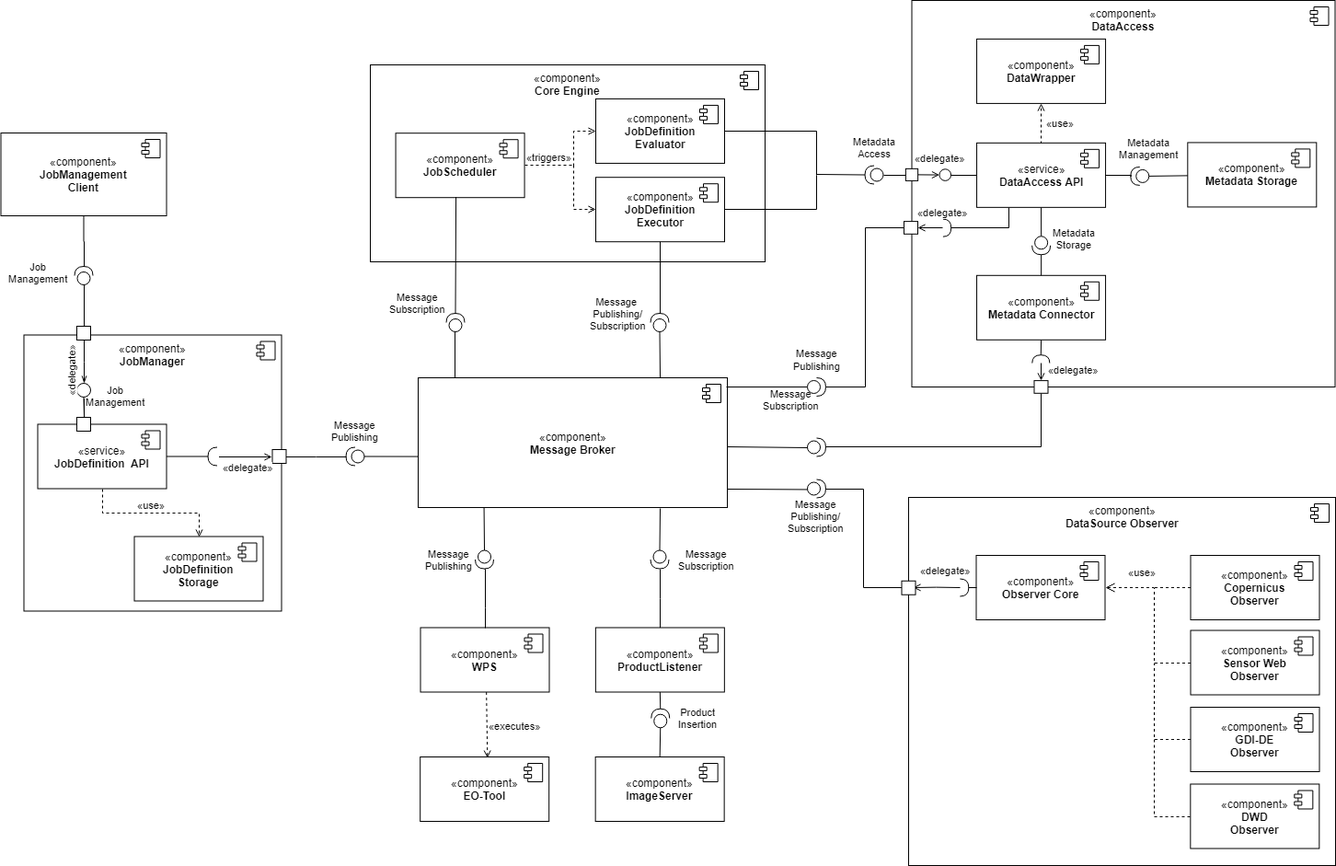
Above: components/wacodis_components.png in WaCoDiS/apis-and-workflows (draw.io), before the change. Source tidied: cells renumbered, new cells last; positions are measured from the earlier drawing's top-left corner, leaving out a move shared by most shapes.
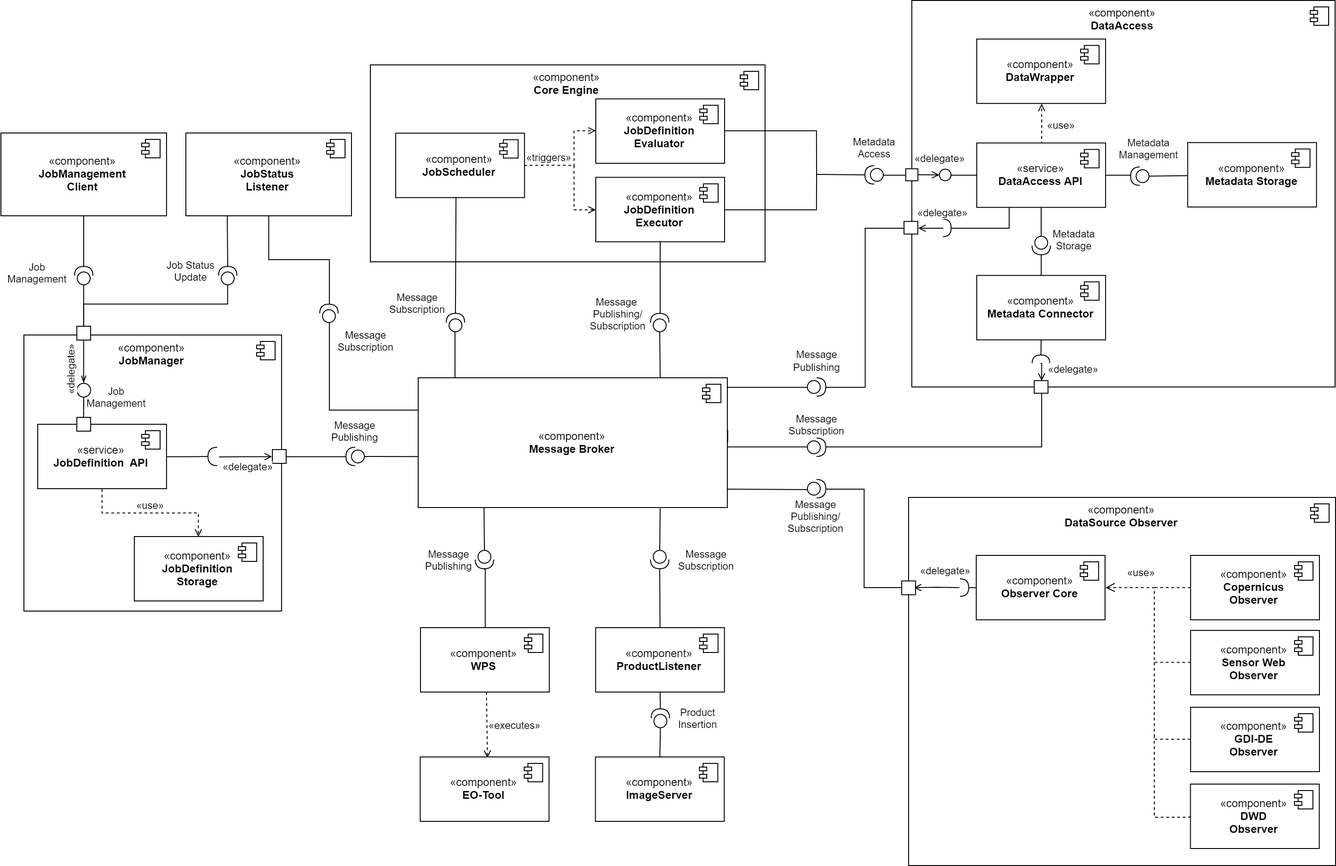
Later version of the same file.

Commit message:
Update component diagram

Diff of the diagram source:
```diff
@@ -84,13 +84,13 @@
       </mxGeometry>
     </mxCell>
     <mxCell id="19" value="Message&lt;br&gt;Subscription" style="edgeStyle=orthogonalEdgeStyle;rounded=0;html=1;endArrow=none;endFill=0;jettySize=auto;exitX=1;exitY=0.5;entryX=0;entryY=0.5;entryPerimeter=0;exitDx=0;exitDy=0;" parent="1" edge="1" source="22" target="25">
-      <mxGeometry x="0.98" y="27" relative="1" as="geometry">
+      <mxGeometry x="1" y="27" relative="1" as="geometry">
         <Array as="points">
           <mxPoint x="789" y="468" />
           <mxPoint x="788" y="468" />
           <mxPoint x="788" y="485" />
         </Array>
-        <mxPoint x="-17" y="-25" as="offset" />
+        <mxPoint x="10" y="2" as="offset" />
       </mxGeometry>
     </mxCell>
     <mxCell id="20" value="Message&lt;br&gt;Subscription" style="edgeStyle=orthogonalEdgeStyle;rounded=0;html=1;entryX=0;entryY=0.5;entryPerimeter=0;endArrow=none;endFill=0;jettySize=auto;orthogonalLoop=1;exitX=0.5;exitY=0;" parent="1" edge="1">
@@ -126,7 +126,7 @@
     </mxCell>
     <mxCell id="26" style="edgeStyle=orthogonalEdgeStyle;rounded=0;html=1;startArrow=none;startFill=0;endArrow=none;endFill=0;jettySize=auto;dashed=1;" parent="1" edge="1" source="27">
       <mxGeometry relative="1" as="geometry">
-        <mxPoint x="1253" y="720" as="targetPoint" />
+        <mxPoint x="1252.9" y="719.2" as="targetPoint" />
         <Array as="points">
           <mxPoint x="1252.5" y="802.5" />
           <mxPoint x="1252.5" y="719.5" />
@@ -143,7 +143,7 @@
     </mxCell>
     <mxCell id="29" style="edgeStyle=orthogonalEdgeStyle;rounded=0;html=1;startArrow=none;startFill=0;endArrow=none;endFill=0;jettySize=auto;dashed=1;" parent="1" edge="1" source="30">
       <mxGeometry relative="1" as="geometry">
-        <mxPoint x="1253" y="638" as="targetPoint" />
+        <mxPoint x="1252.9" y="638.1" as="targetPoint" />
         <Array as="points">
           <mxPoint x="1252.5" y="719.5" />
         </Array>
@@ -219,7 +219,7 @@
     <mxCell id="46" style="shape=providedRequiredInterface;html=1;verticalLabelPosition=bottom;rounded=1;rotation=90;" parent="1" vertex="1">
       <mxGeometry x="515" y="597.5" width="20" height="20" as="geometry" />
     </mxCell>
-    <mxCell id="47" style="edgeStyle=elbowEdgeStyle;rounded=0;elbow=vertical;html=1;endArrow=none;endFill=0;jettySize=auto;entryX=1;entryY=0.5;entryPerimeter=0;" parent="1" edge="1" source="48" target="50">
+    <mxCell id="47" style="rounded=0;elbow=vertical;html=1;endArrow=none;endFill=0;jettySize=auto;entryX=1;entryY=0.5;entryPerimeter=0;" parent="1" edge="1" source="48" target="50">
       <mxGeometry relative="1" as="geometry" />
     </mxCell>
     <mxCell id="48" value="«component»&lt;br&gt;&lt;b&gt;JobManagement&lt;br&gt;Client&lt;/b&gt;&lt;br&gt;" style="html=1;" parent="1" vertex="1">
@@ -471,7 +471,7 @@
     </mxCell>
     <mxCell id="111" style="edgeStyle=orthogonalEdgeStyle;rounded=0;html=1;startArrow=none;startFill=0;endArrow=none;endFill=0;jettySize=auto;dashed=1;exitX=0;exitY=0.5;exitDx=0;exitDy=0;" parent="1" edge="1" source="6">
       <mxGeometry relative="1" as="geometry">
-        <mxPoint x="1253" y="800" as="targetPoint" />
+        <mxPoint x="1252.9" y="800.4" as="targetPoint" />
         <Array as="points">
           <mxPoint x="1252.5" y="887" />
           <mxPoint x="1252.5" y="800" />
@@ -480,7 +480,7 @@
     </mxCell>
     <mxCell id="112" style="edgeStyle=orthogonalEdgeStyle;rounded=0;html=1;jettySize=auto;endArrow=none;endFill=0;exitX=1;exitY=0.5;exitDx=0;exitDy=0;exitPerimeter=0;" parent="1" edge="1" source="4">
       <mxGeometry relative="1" as="geometry">
-        <mxPoint x="1060" y="638" as="targetPoint" />
+        <mxPoint x="1060" y="638.1" as="targetPoint" />
         <Array as="points">
           <mxPoint x="1059.5" y="638" />
         </Array>
@@ -501,7 +501,7 @@
     </mxCell>
     <mxCell id="116" style="html=1;verticalAlign=bottom;endArrow=open;dashed=1;endSize=6;rounded=0;edgeStyle=orthogonalEdgeStyle;entryX=0;entryY=0.5;entryDx=0;entryDy=0;" parent="1" edge="1" target="17">
       <mxGeometry x="-0.9" y="25" relative="1" as="geometry">
-        <mxPoint x="622" y="180" as="sourcePoint" />
+        <mxPoint x="622.4" y="180.4" as="sourcePoint" />
         <Array as="points">
           <mxPoint x="622" y="180" />
           <mxPoint x="622" y="142" />
@@ -517,12 +517,8 @@
         <mxPoint y="9" as="offset" />
       </mxGeometry>
     </mxCell>
-    <mxCell id="119" style="edgeStyle=orthogonalEdgeStyle;rounded=0;jettySize=auto;html=1;entryX=1;entryY=0.5;entryDx=0;entryDy=0;entryPerimeter=0;startArrow=none;startFill=0;startSize=6;endArrow=none;endFill=0;endSize=6;exitX=0.5;exitY=0;exitDx=0;exitDy=0;" parent="1" edge="1" source="122" target="117">
-      <mxGeometry relative="1" as="geometry">
-        <Array as="points">
-          <mxPoint x="716" y="650" />
-        </Array>
-      </mxGeometry>
+    <mxCell id="119" style="rounded=0;jettySize=auto;html=1;entryX=1;entryY=0.5;entryDx=0;entryDy=0;entryPerimeter=0;startArrow=none;startFill=0;startSize=6;endArrow=none;endFill=0;endSize=6;exitX=0.5;exitY=0;exitDx=0;exitDy=0;" parent="1" edge="1" source="122" target="117">
+      <mxGeometry relative="1" as="geometry" />
     </mxCell>
     <mxCell id="120" value="«component»&lt;br&gt;&lt;b&gt;EO-Tool&lt;/b&gt;" style="html=1;" parent="1" vertex="1">
       <mxGeometry x="455.2" y="822" width="140" height="70" as="geometry" />
@@ -559,5 +555,42 @@
     <mxCell id="128" style="shape=providedRequiredInterface;html=1;verticalLabelPosition=bottom;rounded=1;rotation=-90;" parent="1" vertex="1">
       <mxGeometry x="706" y="770" width="20.6" height="20" as="geometry" />
     </mxCell>
+    <mxCell id="129" value="«component»&lt;br&gt;&lt;b&gt;JobStatus&lt;br&gt;Listener&lt;/b&gt;" style="html=1;" parent="1" vertex="1">
+      <mxGeometry x="200.5" y="144" width="180" height="90" as="geometry" />
+    </mxCell>
+    <mxCell id="130" style="shape=component;jettyWidth=8;jettyHeight=4;" parent="129" vertex="1">
+      <mxGeometry x="1" width="20" height="20" relative="1" as="geometry">
+        <mxPoint x="-27" y="7" as="offset" />
+      </mxGeometry>
+    </mxCell>
+    <mxCell id="131" value="Message&lt;br&gt;Subscription" style="edgeStyle=orthogonalEdgeStyle;rounded=0;html=1;endArrow=none;endFill=0;jettySize=auto;exitX=0;exitY=0.25;exitDx=0;exitDy=0;" parent="1" edge="1" source="22">
+      <mxGeometry x="0.79" y="-40" relative="1" as="geometry">
+        <mxPoint x="356.5" y="349.8" as="targetPoint" />
+        <Array as="points">
+          <mxPoint x="356" y="445" />
+        </Array>
+      </mxGeometry>
+    </mxCell>
+    <mxCell id="132" style="shape=providedRequiredInterface;html=1;verticalLabelPosition=bottom;rounded=1;rotation=-90;" parent="1" vertex="1">
+      <mxGeometry x="346" y="330" width="20" height="20" as="geometry" />
+    </mxCell>
+    <mxCell id="133" style="rounded=0;elbow=vertical;html=1;exitX=0.5;exitY=1;entryX=1;entryY=0.5;entryPerimeter=0;endArrow=none;endFill=0;jettySize=auto;exitDx=0;exitDy=0;entryDx=0;entryDy=0;edgeStyle=orthogonalEdgeStyle;" parent="1" edge="1" source="129" target="132">
+      <mxGeometry relative="1" as="geometry" />
+    </mxCell>
+    <mxCell id="134" style="shape=providedRequiredInterface;html=1;verticalLabelPosition=bottom;rounded=1;rotation=-90;" parent="1" vertex="1">
+      <mxGeometry x="236" y="289" width="20" height="20" as="geometry" />
+    </mxCell>
+    <mxCell id="135" value="Job Status&lt;br&gt;Update" style="edgeStyle=orthogonalEdgeStyle;rounded=0;html=1;entryX=0;entryY=0.5;entryPerimeter=0;endArrow=none;endFill=0;jettySize=auto;exitX=0.5;exitY=0;entryDx=0;entryDy=0;exitDx=0;exitDy=0;" parent="1" edge="1" source="71" target="134">
+      <mxGeometry x="0.39" y="36" relative="1" as="geometry">
+        <Array as="points">
+          <mxPoint x="90" y="330" />
+          <mxPoint x="246" y="330" />
+          <mxPoint x="246" y="310" />
+        </Array>
+      </mxGeometry>
+    </mxCell>
+    <mxCell id="136" style="rounded=0;elbow=vertical;html=1;endArrow=none;endFill=0;jettySize=auto;entryX=1;entryY=0.5;entryPerimeter=0;exitX=0.25;exitY=1;exitDx=0;exitDy=0;entryDx=0;entryDy=0;" parent="1" edge="1" source="129" target="134">
+      <mxGeometry relative="1" as="geometry" />
+    </mxCell>
   </root>
 </mxGraphModel>
```
